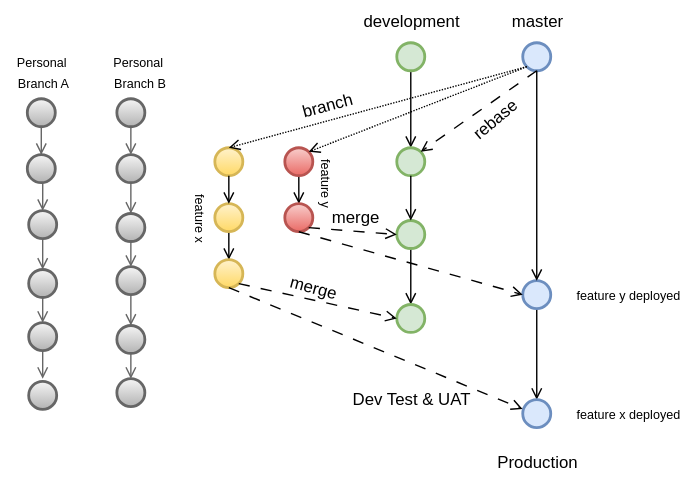
Above: Proposal A.svg in sidneychen115/hello-world (draw.io), before the change. Source tidied: cells renumbered, new cells last; positions are measured from the earlier drawing's top-left corner, leaving out a move shared by most shapes. Source of this version:
```xml
<mxGraphModel>
  <root>
    <mxCell id="0" />
    <mxCell id="1" parent="0" />
    <mxCell id="2" style="strokeWidth=2;html=1;shape=mxgraph.flowchart.start_2;whiteSpace=wrap;fillColor=#f5f5f5;strokeColor=#666666;gradientColor=#b3b3b3;" parent="1" vertex="1">
      <mxGeometry x="20" y="150" width="20" height="20" as="geometry" />
    </mxCell>
    <mxCell id="3" style="strokeWidth=2;html=1;shape=mxgraph.flowchart.start_2;whiteSpace=wrap;fillColor=#f5f5f5;strokeColor=#666666;gradientColor=#b3b3b3;" parent="1" vertex="1">
      <mxGeometry x="20" y="192" width="20" height="20" as="geometry" />
    </mxCell>
    <mxCell id="4" style="edgeStyle=orthogonalEdgeStyle;rounded=0;jettySize=auto;html=1;exitX=0.5;exitY=1;exitDx=0;exitDy=0;exitPerimeter=0;endArrow=open;endFill=0;fillColor=#f5f5f5;gradientColor=#b3b3b3;strokeColor=#666666;" parent="1" edge="1" source="5">
      <mxGeometry relative="1" as="geometry">
        <mxPoint x="30" y="270" as="targetPoint" />
      </mxGeometry>
    </mxCell>
    <mxCell id="5" style="strokeWidth=2;html=1;shape=mxgraph.flowchart.start_2;whiteSpace=wrap;fillColor=#f5f5f5;strokeColor=#666666;gradientColor=#b3b3b3;" parent="1" vertex="1">
      <mxGeometry x="20" y="230" width="20" height="20" as="geometry" />
    </mxCell>
    <mxCell id="6" style="strokeWidth=2;html=1;shape=mxgraph.flowchart.start_2;whiteSpace=wrap;fillColor=#f5f5f5;strokeColor=#666666;gradientColor=#b3b3b3;" parent="1" vertex="1">
      <mxGeometry x="20" y="272" width="20" height="20" as="geometry" />
    </mxCell>
    <mxCell id="7" style="strokeWidth=2;html=1;shape=mxgraph.flowchart.start_2;whiteSpace=wrap;fillColor=#f5f5f5;strokeColor=#666666;gradientColor=#b3b3b3;" parent="1" vertex="1">
      <mxGeometry x="83" y="110" width="20" height="20" as="geometry" />
    </mxCell>
    <mxCell id="8" style="strokeWidth=2;html=1;shape=mxgraph.flowchart.start_2;whiteSpace=wrap;fillColor=#f5f5f5;strokeColor=#666666;gradientColor=#b3b3b3;" parent="1" vertex="1">
      <mxGeometry x="83" y="152" width="20" height="20" as="geometry" />
    </mxCell>
    <mxCell id="9" style="strokeWidth=2;html=1;shape=mxgraph.flowchart.start_2;whiteSpace=wrap;fillColor=#f5f5f5;strokeColor=#666666;gradientColor=#b3b3b3;" parent="1" vertex="1">
      <mxGeometry x="83" y="190" width="20" height="20" as="geometry" />
    </mxCell>
    <mxCell id="10" style="strokeWidth=2;html=1;shape=mxgraph.flowchart.start_2;whiteSpace=wrap;fillColor=#f5f5f5;strokeColor=#666666;gradientColor=#b3b3b3;" parent="1" vertex="1">
      <mxGeometry x="83" y="232" width="20" height="20" as="geometry" />
    </mxCell>
    <mxCell id="11" style="strokeWidth=2;html=1;shape=mxgraph.flowchart.start_2;whiteSpace=wrap;fillColor=#f5f5f5;strokeColor=#666666;gradientColor=#b3b3b3;" parent="1" vertex="1">
      <mxGeometry x="83" y="270" width="20" height="20" as="geometry" />
    </mxCell>
    <mxCell id="12" value="&lt;font style=&quot;font-size: 9px;&quot;&gt;Personal&amp;nbsp;&lt;/font&gt;&lt;div&gt;&lt;font style=&quot;font-size: 9px;&quot;&gt;Branch &lt;font style=&quot;&quot;&gt;A&lt;/font&gt;&lt;/font&gt;&lt;/div&gt;" style="text;html=1;align=center;verticalAlign=middle;strokeColor=none;fillColor=none;" parent="1" vertex="1">
      <mxGeometry y="30" width="60" height="40" as="geometry" />
    </mxCell>
    <mxCell id="13" value="&lt;font style=&quot;font-size: 9px;&quot;&gt;Personal&amp;nbsp;&lt;/font&gt;&lt;div&gt;&lt;font style=&quot;font-size: 9px;&quot;&gt;Branch B&lt;/font&gt;&lt;/div&gt;" style="text;html=1;align=center;verticalAlign=middle;strokeColor=none;fillColor=none;" parent="1" vertex="1">
      <mxGeometry x="69" y="30" width="60" height="40" as="geometry" />
    </mxCell>
    <mxCell id="14" style="edgeStyle=orthogonalEdgeStyle;rounded=0;jettySize=auto;html=1;exitX=0.5;exitY=1;exitDx=0;exitDy=0;exitPerimeter=0;entryX=0.5;entryY=0;entryDx=0;entryDy=0;entryPerimeter=0;strokeWidth=1;endArrow=open;endFill=0;fillColor=#f5f5f5;gradientColor=#b3b3b3;strokeColor=#666666;" parent="1" edge="1" source="2" target="3">
      <mxGeometry relative="1" as="geometry" />
    </mxCell>
    <mxCell id="15" style="edgeStyle=orthogonalEdgeStyle;rounded=0;jettySize=auto;html=1;exitX=0.5;exitY=1;exitDx=0;exitDy=0;exitPerimeter=0;entryX=0.5;entryY=0;entryDx=0;entryDy=0;entryPerimeter=0;endArrow=open;endFill=0;fillColor=#f5f5f5;gradientColor=#b3b3b3;strokeColor=#666666;" parent="1" edge="1" source="3" target="5">
      <mxGeometry relative="1" as="geometry" />
    </mxCell>
    <mxCell id="16" value="development" style="text;html=1;align=center;verticalAlign=middle;strokeColor=none;fillColor=none;" parent="1" vertex="1">
      <mxGeometry x="248" width="90" height="30" as="geometry" />
    </mxCell>
    <mxCell id="17" style="strokeWidth=2;html=1;shape=mxgraph.flowchart.start_2;whiteSpace=wrap;fillColor=#f5f5f5;strokeColor=#666666;gradientColor=#b3b3b3;" parent="1" vertex="1">
      <mxGeometry x="19" y="110" width="20" height="20" as="geometry" />
    </mxCell>
    <mxCell id="18" style="edgeStyle=orthogonalEdgeStyle;rounded=0;jettySize=auto;html=1;exitX=0.5;exitY=1;exitDx=0;exitDy=0;exitPerimeter=0;endArrow=open;endFill=0;fillColor=#f5f5f5;gradientColor=#b3b3b3;strokeColor=#666666;" parent="1" edge="1" source="19" target="17">
      <mxGeometry relative="1" as="geometry" />
    </mxCell>
    <mxCell id="19" style="strokeWidth=2;html=1;shape=mxgraph.flowchart.start_2;whiteSpace=wrap;fillColor=#f5f5f5;strokeColor=#666666;gradientColor=#b3b3b3;" parent="1" vertex="1">
      <mxGeometry x="19" y="70" width="20" height="20" as="geometry" />
    </mxCell>
    <mxCell id="20" style="strokeWidth=2;html=1;shape=mxgraph.flowchart.start_2;whiteSpace=wrap;fillColor=#f5f5f5;strokeColor=#666666;gradientColor=#b3b3b3;" parent="1" vertex="1">
      <mxGeometry x="83" y="70" width="20" height="20" as="geometry" />
    </mxCell>
    <mxCell id="21" style="edgeStyle=orthogonalEdgeStyle;rounded=0;jettySize=auto;html=1;exitX=0.5;exitY=1;exitDx=0;exitDy=0;exitPerimeter=0;entryX=0.5;entryY=0;entryDx=0;entryDy=0;entryPerimeter=0;endArrow=open;endFill=0;fillColor=#f5f5f5;gradientColor=#b3b3b3;strokeColor=#666666;" parent="1" edge="1" source="17" target="2">
      <mxGeometry relative="1" as="geometry">
        <Array as="points">
          <mxPoint x="30" y="130" />
        </Array>
      </mxGeometry>
    </mxCell>
    <mxCell id="22" style="edgeStyle=orthogonalEdgeStyle;rounded=0;jettySize=auto;html=1;exitX=0.5;exitY=1;exitDx=0;exitDy=0;exitPerimeter=0;entryX=0.5;entryY=0;entryDx=0;entryDy=0;entryPerimeter=0;endArrow=open;endFill=0;fillColor=#f5f5f5;gradientColor=#b3b3b3;strokeColor=#666666;" parent="1" edge="1" source="20" target="7">
      <mxGeometry relative="1" as="geometry" />
    </mxCell>
    <mxCell id="23" style="edgeStyle=orthogonalEdgeStyle;rounded=0;jettySize=auto;html=1;exitX=0.5;exitY=1;exitDx=0;exitDy=0;exitPerimeter=0;entryX=0.5;entryY=0;entryDx=0;entryDy=0;entryPerimeter=0;endArrow=open;endFill=0;fillColor=#f5f5f5;gradientColor=#b3b3b3;strokeColor=#666666;" parent="1" edge="1" source="7" target="8">
      <mxGeometry relative="1" as="geometry" />
    </mxCell>
    <mxCell id="24" style="edgeStyle=orthogonalEdgeStyle;rounded=0;jettySize=auto;html=1;exitX=0.5;exitY=1;exitDx=0;exitDy=0;exitPerimeter=0;entryX=0.5;entryY=0;entryDx=0;entryDy=0;entryPerimeter=0;endArrow=open;endFill=0;fillColor=#f5f5f5;gradientColor=#b3b3b3;strokeColor=#666666;" parent="1" edge="1" source="8" target="9">
      <mxGeometry relative="1" as="geometry" />
    </mxCell>
    <mxCell id="25" style="edgeStyle=orthogonalEdgeStyle;rounded=0;jettySize=auto;html=1;exitX=0.5;exitY=1;exitDx=0;exitDy=0;exitPerimeter=0;entryX=0.5;entryY=0;entryDx=0;entryDy=0;entryPerimeter=0;endArrow=open;endFill=0;fillColor=#f5f5f5;gradientColor=#b3b3b3;strokeColor=#666666;" parent="1" edge="1" source="9" target="10">
      <mxGeometry relative="1" as="geometry" />
    </mxCell>
    <mxCell id="26" style="edgeStyle=orthogonalEdgeStyle;rounded=0;jettySize=auto;html=1;exitX=0.5;exitY=1;exitDx=0;exitDy=0;exitPerimeter=0;entryX=0.5;entryY=0;entryDx=0;entryDy=0;entryPerimeter=0;endArrow=open;endFill=0;fillColor=#f5f5f5;gradientColor=#b3b3b3;strokeColor=#666666;" parent="1" edge="1" source="10" target="11">
      <mxGeometry relative="1" as="geometry" />
    </mxCell>
    <mxCell id="27" value="master" style="text;html=1;align=center;verticalAlign=middle;strokeColor=none;fillColor=none;" parent="1" vertex="1">
      <mxGeometry x="353" width="60" height="30" as="geometry" />
    </mxCell>
    <mxCell id="28" value="Dev Test &amp;amp; UAT" style="text;html=1;align=center;verticalAlign=middle;strokeColor=none;fillColor=none;" parent="1" vertex="1">
      <mxGeometry x="238" y="270" width="110" height="30" as="geometry" />
    </mxCell>
    <mxCell id="29" value="merge" style="text;html=1;align=center;verticalAlign=middle;strokeColor=none;fillColor=none;rotation=0;" parent="1" vertex="1">
      <mxGeometry x="223" y="140" width="60" height="30" as="geometry" />
    </mxCell>
    <mxCell id="30" value="Production" style="text;html=1;align=center;verticalAlign=middle;strokeColor=none;fillColor=none;" parent="1" vertex="1">
      <mxGeometry x="343" y="315" width="80" height="30" as="geometry" />
    </mxCell>
    <mxCell id="31" style="strokeWidth=2;html=1;shape=mxgraph.flowchart.start_2;whiteSpace=wrap;fillColor=#dae8fc;strokeColor=#6c8ebf;" parent="1" vertex="1">
      <mxGeometry x="373" y="30" width="20" height="20" as="geometry" />
    </mxCell>
    <mxCell id="32" style="strokeWidth=2;html=1;shape=mxgraph.flowchart.start_2;whiteSpace=wrap;fillColor=#fff2cc;strokeColor=#d6b656;gradientColor=#ffd966;" parent="1" vertex="1">
      <mxGeometry x="153" y="105" width="20" height="20" as="geometry" />
    </mxCell>
    <mxCell id="33" style="edgeStyle=orthogonalEdgeStyle;rounded=0;jettySize=auto;html=1;exitX=0.5;exitY=1;exitDx=0;exitDy=0;exitPerimeter=0;endArrow=open;endFill=0;" parent="1" edge="1" source="34" target="50">
      <mxGeometry relative="1" as="geometry" />
    </mxCell>
    <mxCell id="34" style="strokeWidth=2;html=1;shape=mxgraph.flowchart.start_2;whiteSpace=wrap;fillColor=#f8cecc;strokeColor=#b85450;gradientColor=#ea6b66;" parent="1" vertex="1">
      <mxGeometry x="203" y="105" width="20" height="20" as="geometry" />
    </mxCell>
    <mxCell id="35" value="&lt;font style=&quot;font-size: 9px;&quot;&gt;feature x&lt;/font&gt;" style="text;html=1;align=center;verticalAlign=middle;strokeColor=none;fillColor=none;rotation=90;" parent="1" vertex="1">
      <mxGeometry x="113" y="140" width="60" height="30" as="geometry" />
    </mxCell>
    <mxCell id="36" value="&lt;font style=&quot;font-size: 9px;&quot;&gt;feature y&lt;/font&gt;" style="text;html=1;align=center;verticalAlign=middle;strokeColor=none;fillColor=none;rotation=90;" parent="1" vertex="1">
      <mxGeometry x="203" y="115" width="60" height="30" as="geometry" />
    </mxCell>
    <mxCell id="37" style="edgeStyle=orthogonalEdgeStyle;rounded=0;jettySize=auto;html=1;exitX=0.5;exitY=1;exitDx=0;exitDy=0;exitPerimeter=0;endArrow=open;endFill=0;" parent="1" edge="1" source="38" target="42">
      <mxGeometry relative="1" as="geometry" />
    </mxCell>
    <mxCell id="38" style="strokeWidth=2;html=1;shape=mxgraph.flowchart.start_2;whiteSpace=wrap;fillColor=#d5e8d4;strokeColor=#82b366;" parent="1" vertex="1">
      <mxGeometry x="283" y="30" width="20" height="20" as="geometry" />
    </mxCell>
    <mxCell id="39" style="rounded=0;jettySize=auto;html=1;exitX=0.145;exitY=0.855;exitDx=0;exitDy=0;exitPerimeter=0;entryX=0.5;entryY=0;entryDx=0;entryDy=0;entryPerimeter=0;endArrow=open;endFill=0;dashed=1;dashPattern=1 1;" parent="1" edge="1" source="31" target="32">
      <mxGeometry relative="1" as="geometry" />
    </mxCell>
    <mxCell id="40" style="rounded=0;jettySize=auto;html=1;exitX=0.145;exitY=0.855;exitDx=0;exitDy=0;exitPerimeter=0;entryX=0.855;entryY=0.145;entryDx=0;entryDy=0;entryPerimeter=0;endArrow=open;endFill=0;dashed=1;dashPattern=1 1;" parent="1" edge="1" source="31" target="34">
      <mxGeometry relative="1" as="geometry" />
    </mxCell>
    <mxCell id="41" value="branch" style="text;html=1;align=center;verticalAlign=middle;strokeColor=none;fillColor=none;rotation=-15;" parent="1" vertex="1">
      <mxGeometry x="203" y="60" width="60" height="30" as="geometry" />
    </mxCell>
    <mxCell id="42" style="strokeWidth=2;html=1;shape=mxgraph.flowchart.start_2;whiteSpace=wrap;fillColor=#d5e8d4;strokeColor=#82b366;" parent="1" vertex="1">
      <mxGeometry x="283" y="105" width="20" height="20" as="geometry" />
    </mxCell>
    <mxCell id="43" style="rounded=0;jettySize=auto;html=1;exitX=0.5;exitY=1;exitDx=0;exitDy=0;exitPerimeter=0;entryX=0.855;entryY=0.145;entryDx=0;entryDy=0;entryPerimeter=0;endArrow=open;endFill=0;dashed=1;dashPattern=8 8;" parent="1" edge="1" source="31" target="42">
      <mxGeometry relative="1" as="geometry" />
    </mxCell>
    <mxCell id="44" value="rebase" style="text;html=1;align=center;verticalAlign=middle;strokeColor=none;fillColor=none;rotation=-40;" parent="1" vertex="1">
      <mxGeometry x="323" y="70" width="60" height="30" as="geometry" />
    </mxCell>
    <mxCell id="45" style="edgeStyle=orthogonalEdgeStyle;rounded=0;jettySize=auto;html=1;exitX=0.5;exitY=1;exitDx=0;exitDy=0;exitPerimeter=0;endArrow=open;endFill=0;" parent="1" edge="1" source="46" target="60">
      <mxGeometry relative="1" as="geometry" />
    </mxCell>
    <mxCell id="46" style="strokeWidth=2;html=1;shape=mxgraph.flowchart.start_2;whiteSpace=wrap;fillColor=#dae8fc;strokeColor=#6c8ebf;" parent="1" vertex="1">
      <mxGeometry x="373" y="200" width="20" height="20" as="geometry" />
    </mxCell>
    <mxCell id="47" style="edgeStyle=orthogonalEdgeStyle;rounded=0;jettySize=auto;html=1;exitX=0.5;exitY=1;exitDx=0;exitDy=0;exitPerimeter=0;endArrow=open;endFill=0;" parent="1" edge="1" source="48" target="49">
      <mxGeometry relative="1" as="geometry" />
    </mxCell>
    <mxCell id="48" style="strokeWidth=2;html=1;shape=mxgraph.flowchart.start_2;whiteSpace=wrap;fillColor=#fff2cc;strokeColor=#d6b656;gradientColor=#ffd966;" parent="1" vertex="1">
      <mxGeometry x="153" y="145" width="20" height="20" as="geometry" />
    </mxCell>
    <mxCell id="49" style="strokeWidth=2;html=1;shape=mxgraph.flowchart.start_2;whiteSpace=wrap;fillColor=#fff2cc;strokeColor=#d6b656;gradientColor=#ffd966;" parent="1" vertex="1">
      <mxGeometry x="153" y="185" width="20" height="20" as="geometry" />
    </mxCell>
    <mxCell id="50" style="strokeWidth=2;html=1;shape=mxgraph.flowchart.start_2;whiteSpace=wrap;fillColor=#f8cecc;strokeColor=#b85450;gradientColor=#ea6b66;" parent="1" vertex="1">
      <mxGeometry x="203" y="145" width="20" height="20" as="geometry" />
    </mxCell>
    <mxCell id="51" style="edgeStyle=orthogonalEdgeStyle;rounded=0;jettySize=auto;html=1;exitX=0.5;exitY=1;exitDx=0;exitDy=0;exitPerimeter=0;endArrow=open;endFill=0;" parent="1" edge="1" source="52" target="53">
      <mxGeometry relative="1" as="geometry" />
    </mxCell>
    <mxCell id="52" style="strokeWidth=2;html=1;shape=mxgraph.flowchart.start_2;whiteSpace=wrap;fillColor=#d5e8d4;strokeColor=#82b366;" parent="1" vertex="1">
      <mxGeometry x="283" y="157" width="20" height="20" as="geometry" />
    </mxCell>
    <mxCell id="53" style="strokeWidth=2;html=1;shape=mxgraph.flowchart.start_2;whiteSpace=wrap;fillColor=#d5e8d4;strokeColor=#82b366;" parent="1" vertex="1">
      <mxGeometry x="283" y="217" width="20" height="20" as="geometry" />
    </mxCell>
    <mxCell id="54" style="rounded=0;jettySize=auto;html=1;exitX=0.855;exitY=0.855;exitDx=0;exitDy=0;exitPerimeter=0;entryX=0;entryY=0.5;entryDx=0;entryDy=0;entryPerimeter=0;dashed=1;dashPattern=8 8;endArrow=open;endFill=0;" parent="1" edge="1" source="50" target="52">
      <mxGeometry relative="1" as="geometry" />
    </mxCell>
    <mxCell id="55" style="rounded=0;jettySize=auto;html=1;exitX=0.855;exitY=0.855;exitDx=0;exitDy=0;exitPerimeter=0;entryX=0;entryY=0.5;entryDx=0;entryDy=0;entryPerimeter=0;endArrow=open;endFill=0;dashed=1;dashPattern=8 8;" parent="1" edge="1" source="49" target="53">
      <mxGeometry relative="1" as="geometry" />
    </mxCell>
    <mxCell id="56" style="edgeStyle=orthogonalEdgeStyle;rounded=0;jettySize=auto;html=1;exitX=0.5;exitY=1;exitDx=0;exitDy=0;exitPerimeter=0;entryX=0.5;entryY=0;entryDx=0;entryDy=0;entryPerimeter=0;endArrow=open;endFill=0;" parent="1" edge="1" source="32" target="48">
      <mxGeometry relative="1" as="geometry" />
    </mxCell>
    <mxCell id="57" value="merge" style="text;html=1;align=center;verticalAlign=middle;strokeColor=none;fillColor=none;rotation=15;" parent="1" vertex="1">
      <mxGeometry x="193" y="190" width="60" height="30" as="geometry" />
    </mxCell>
    <mxCell id="58" style="rounded=0;jettySize=auto;html=1;exitX=0.5;exitY=1;exitDx=0;exitDy=0;exitPerimeter=0;entryX=0;entryY=0.5;entryDx=0;entryDy=0;entryPerimeter=0;endArrow=open;endFill=0;dashed=1;dashPattern=8 8;" parent="1" edge="1" source="50" target="46">
      <mxGeometry relative="1" as="geometry" />
    </mxCell>
    <mxCell id="59" value="&lt;font style=&quot;font-size: 9px;&quot;&gt;feature y deployed&lt;/font&gt;" style="text;html=1;align=center;verticalAlign=middle;strokeColor=none;fillColor=none;" parent="1" vertex="1">
      <mxGeometry x="398" y="195" width="100" height="30" as="geometry" />
    </mxCell>
    <mxCell id="60" style="strokeWidth=2;html=1;shape=mxgraph.flowchart.start_2;whiteSpace=wrap;fillColor=#dae8fc;strokeColor=#6c8ebf;" parent="1" vertex="1">
      <mxGeometry x="373" y="285" width="20" height="20" as="geometry" />
    </mxCell>
    <mxCell id="61" style="rounded=0;jettySize=auto;html=1;exitX=0.5;exitY=1;exitDx=0;exitDy=0;exitPerimeter=0;entryX=-0.007;entryY=0.336;entryDx=0;entryDy=0;entryPerimeter=0;endArrow=open;endFill=0;dashed=1;dashPattern=8 8;" parent="1" edge="1" source="49" target="60">
      <mxGeometry relative="1" as="geometry" />
    </mxCell>
    <mxCell id="62" value="&lt;font style=&quot;font-size: 9px;&quot;&gt;feature x deployed&lt;/font&gt;" style="text;html=1;align=center;verticalAlign=middle;strokeColor=none;fillColor=none;" parent="1" vertex="1">
      <mxGeometry x="398" y="280" width="100" height="30" as="geometry" />
    </mxCell>
    <mxCell id="63" style="edgeStyle=orthogonalEdgeStyle;rounded=0;jettySize=auto;html=1;exitX=0.5;exitY=1;exitDx=0;exitDy=0;exitPerimeter=0;entryX=0.5;entryY=0;entryDx=0;entryDy=0;entryPerimeter=0;endArrow=open;endFill=0;" parent="1" edge="1" source="31" target="46">
      <mxGeometry relative="1" as="geometry" />
    </mxCell>
    <mxCell id="64" style="edgeStyle=orthogonalEdgeStyle;rounded=0;jettySize=auto;html=1;exitX=0.5;exitY=1;exitDx=0;exitDy=0;exitPerimeter=0;entryX=0.5;entryY=0;entryDx=0;entryDy=0;entryPerimeter=0;endArrow=open;endFill=0;" parent="1" edge="1" source="42" target="52">
      <mxGeometry relative="1" as="geometry" />
    </mxCell>
  </root>
</mxGraphModel>
```
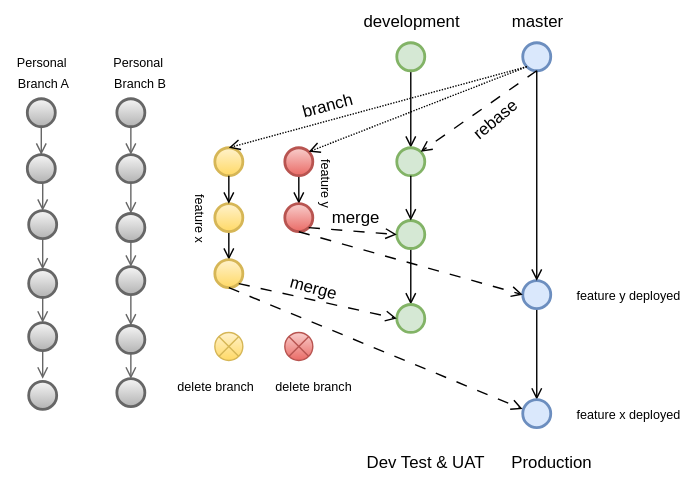
After the change.

What changed in the source:
```diff
@@ -87,13 +87,13 @@
       <mxGeometry x="353" width="60" height="30" as="geometry" />
     </mxCell>
     <mxCell id="28" value="Dev Test &amp;amp; UAT" style="text;html=1;align=center;verticalAlign=middle;strokeColor=none;fillColor=none;" parent="1" vertex="1">
-      <mxGeometry x="238" y="270" width="110" height="30" as="geometry" />
+      <mxGeometry x="248" y="315" width="110" height="30" as="geometry" />
     </mxCell>
     <mxCell id="29" value="merge" style="text;html=1;align=center;verticalAlign=middle;strokeColor=none;fillColor=none;rotation=0;" parent="1" vertex="1">
       <mxGeometry x="223" y="140" width="60" height="30" as="geometry" />
     </mxCell>
     <mxCell id="30" value="Production" style="text;html=1;align=center;verticalAlign=middle;strokeColor=none;fillColor=none;" parent="1" vertex="1">
-      <mxGeometry x="343" y="315" width="80" height="30" as="geometry" />
+      <mxGeometry x="353" y="315" width="80" height="30" as="geometry" />
     </mxCell>
     <mxCell id="31" style="strokeWidth=2;html=1;shape=mxgraph.flowchart.start_2;whiteSpace=wrap;fillColor=#dae8fc;strokeColor=#6c8ebf;" parent="1" vertex="1">
       <mxGeometry x="373" y="30" width="20" height="20" as="geometry" />
@@ -197,5 +197,17 @@
     <mxCell id="64" style="edgeStyle=orthogonalEdgeStyle;rounded=0;jettySize=auto;html=1;exitX=0.5;exitY=1;exitDx=0;exitDy=0;exitPerimeter=0;entryX=0.5;entryY=0;entryDx=0;entryDy=0;entryPerimeter=0;endArrow=open;endFill=0;" parent="1" edge="1" source="42" target="52">
       <mxGeometry relative="1" as="geometry" />
     </mxCell>
+    <mxCell id="65" style="verticalLabelPosition=bottom;verticalAlign=top;html=1;shape=mxgraph.flowchart.or;fillColor=#fff2cc;gradientColor=#ffd966;strokeColor=#d6b656;" parent="1" vertex="1">
+      <mxGeometry x="153" y="237" width="20" height="20" as="geometry" />
+    </mxCell>
+    <mxCell id="66" style="verticalLabelPosition=bottom;verticalAlign=top;html=1;shape=mxgraph.flowchart.or;fillColor=#f8cecc;gradientColor=#ea6b66;strokeColor=#b85450;" parent="1" vertex="1">
+      <mxGeometry x="203" y="237" width="20" height="20" as="geometry" />
+    </mxCell>
+    <mxCell id="67" value="&lt;font style=&quot;font-size: 9px;&quot;&gt;delete&amp;nbsp;&lt;/font&gt;&lt;span style=&quot;font-size: 9px; background-color: transparent; color: light-dark(rgb(0, 0, 0), rgb(255, 255, 255));&quot;&gt;branch&lt;/span&gt;" style="text;html=1;align=center;verticalAlign=middle;strokeColor=none;fillColor=none;" parent="1" vertex="1">
+      <mxGeometry x="113" y="260" width="80" height="30" as="geometry" />
+    </mxCell>
+    <mxCell id="68" value="&lt;font style=&quot;font-size: 9px;&quot;&gt;delete&amp;nbsp;&lt;/font&gt;&lt;span style=&quot;font-size: 9px; background-color: transparent; color: light-dark(rgb(0, 0, 0), rgb(255, 255, 255));&quot;&gt;branch&lt;/span&gt;" style="text;html=1;align=center;verticalAlign=middle;strokeColor=none;fillColor=none;" parent="1" vertex="1">
+      <mxGeometry x="183" y="260" width="80" height="30" as="geometry" />
+    </mxCell>
   </root>
 </mxGraphModel>
```
